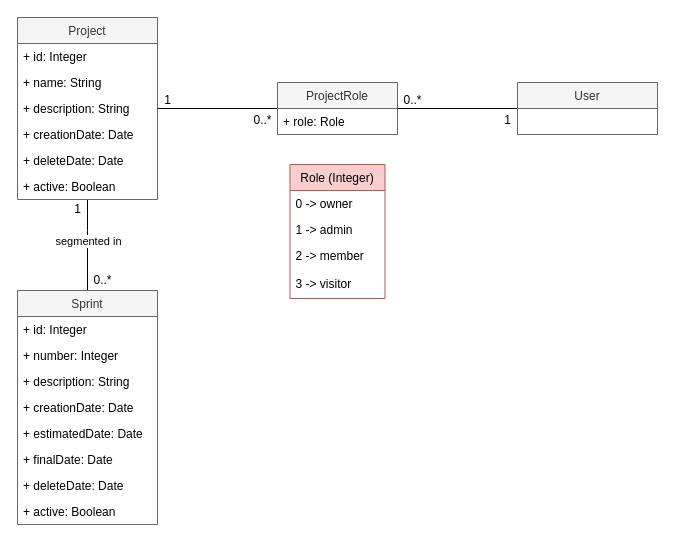
Before: page "Project" (3 of 5) of documentation/iMan - UML.drawio in danaremar/iMan, a draw.io diagram. Source tidied: cells renumbered, new cells numbered last; positions are measured from the earlier drawing's top-left corner, leaving out a move shared by most shapes. Both pictures are drawn from the tidied source at 100%, with x=0, y=0 at pixel (17, 17).
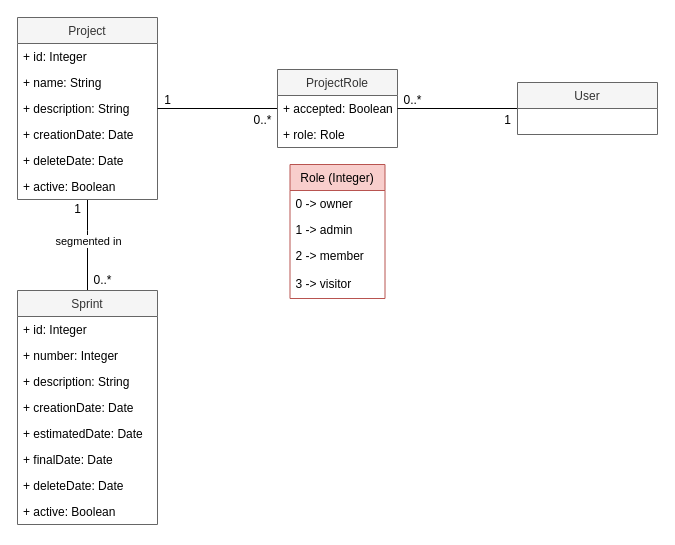
After the change.

The edit, as a diff of the source:
```diff
@@
     <mxCell id="23" value="ProjectRole" style="swimlane;fontStyle=0;horizontal=1;startSize=26;fillColor=#f5f5f5;strokeColor=#666666;fontColor=#333333;" parent="1" vertex="1">
-      <mxGeometry x="260" y="65" width="120" height="52" as="geometry" />
+      <mxGeometry x="260" y="52" width="120" height="78" as="geometry" />
     </mxCell>
-    <mxCell id="24" value="+ role: Role" style="text;strokeColor=none;fillColor=none;align=left;verticalAlign=top;spacingLeft=4;spacingRight=4;overflow=hidden;" parent="23" vertex="1">
+    <mxCell id="24" value="+ accepted: Boolean" style="text;strokeColor=none;fillColor=none;align=left;verticalAlign=top;spacingLeft=4;spacingRight=4;overflow=hidden;" parent="23" vertex="1">
       <mxGeometry y="26" width="120" height="26" as="geometry" />
     </mxCell>
+    <mxCell id="36" value="+ role: Role" style="text;strokeColor=none;fillColor=none;align=left;verticalAlign=top;spacingLeft=4;spacingRight=4;overflow=hidden;" parent="23" vertex="1">
+      <mxGeometry y="52" width="120" height="26" as="geometry" />
+    </mxCell>
```
